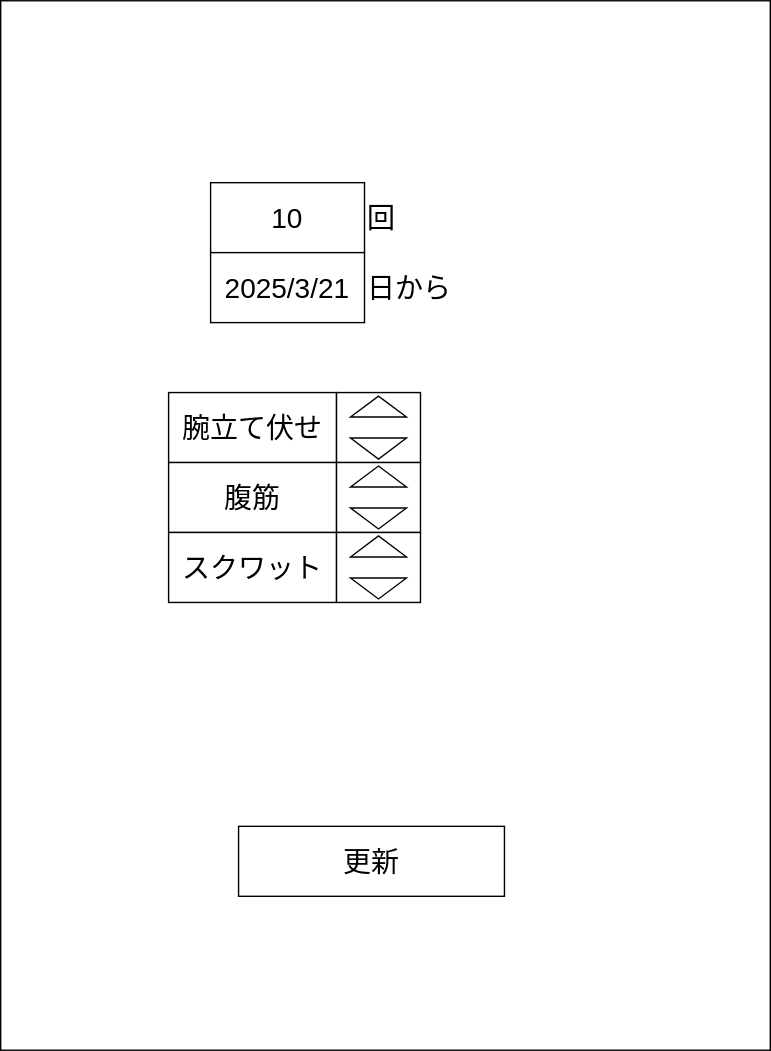
Above: edit_mascle_training_config.drawio.svg in anti-paper/anti_paper_wf (draw.io), before the change. Source tidied: cells renumbered, new cells last; positions are measured from the earlier drawing's top-left corner, leaving out a move shared by most shapes.
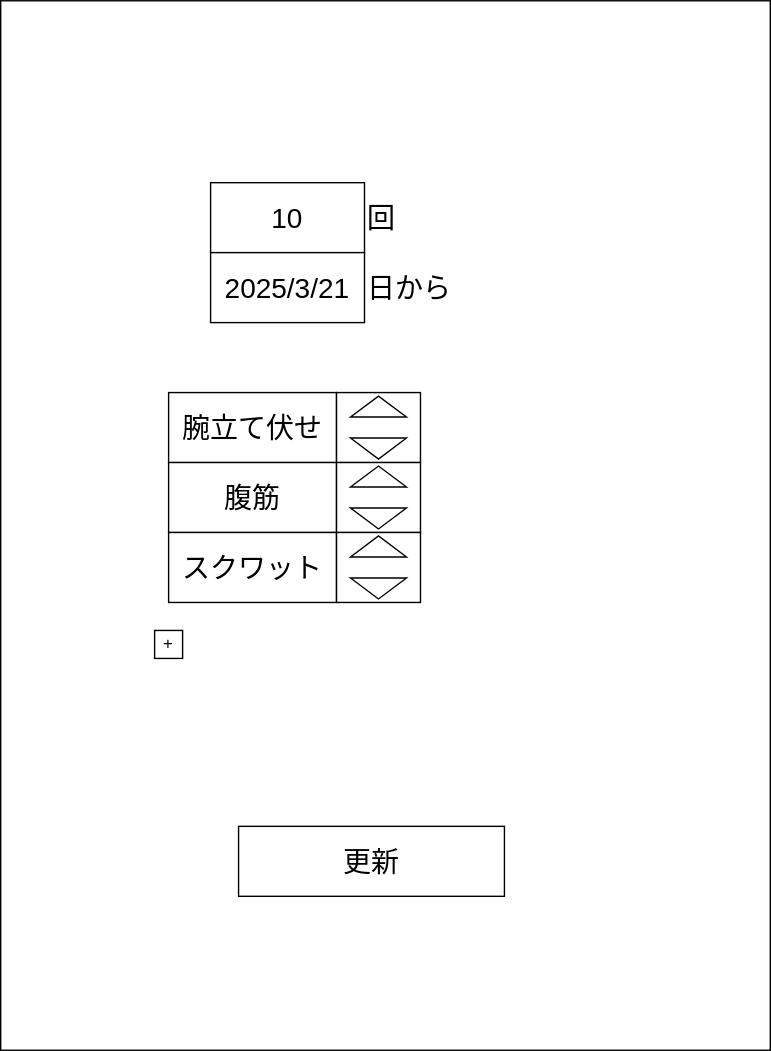
After the commit.

Commit message:
筋トレ設定編集画面修正

Diff of the diagram source:
```diff
@@ -56,5 +56,8 @@
     <mxCell id="19" style="triangle;whiteSpace=wrap;html=1;rotation=90;" parent="1" vertex="1">
       <mxGeometry x="262.5" y="400" width="15" height="40" as="geometry" />
     </mxCell>
+    <mxCell id="20" value="+" style="whiteSpace=wrap;html=1;" parent="1" vertex="1">
+      <mxGeometry x="110" y="450" width="20" height="20" as="geometry" />
+    </mxCell>
   </root>
 </mxGraphModel>
```
